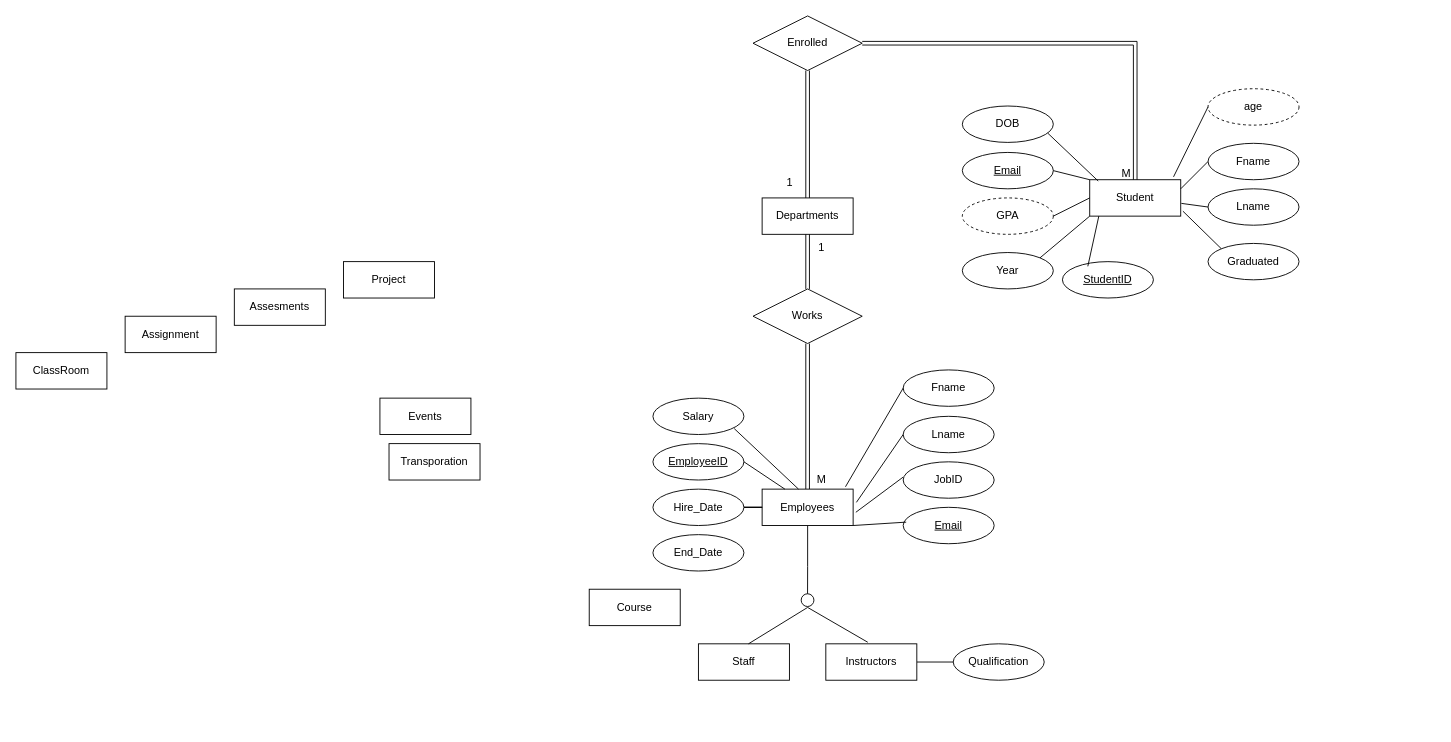
Above: FacultyERD.drawio in seiffmohamedd/University_DBMS (draw.io), before the change. Source tidied: cells renumbered, new cells numbered last; positions are measured from the earlier drawing's top-left corner, leaving out a move shared by most shapes. Both pictures are drawn from the tidied source at 91%, with x=0, y=0 at pixel (15, 15).
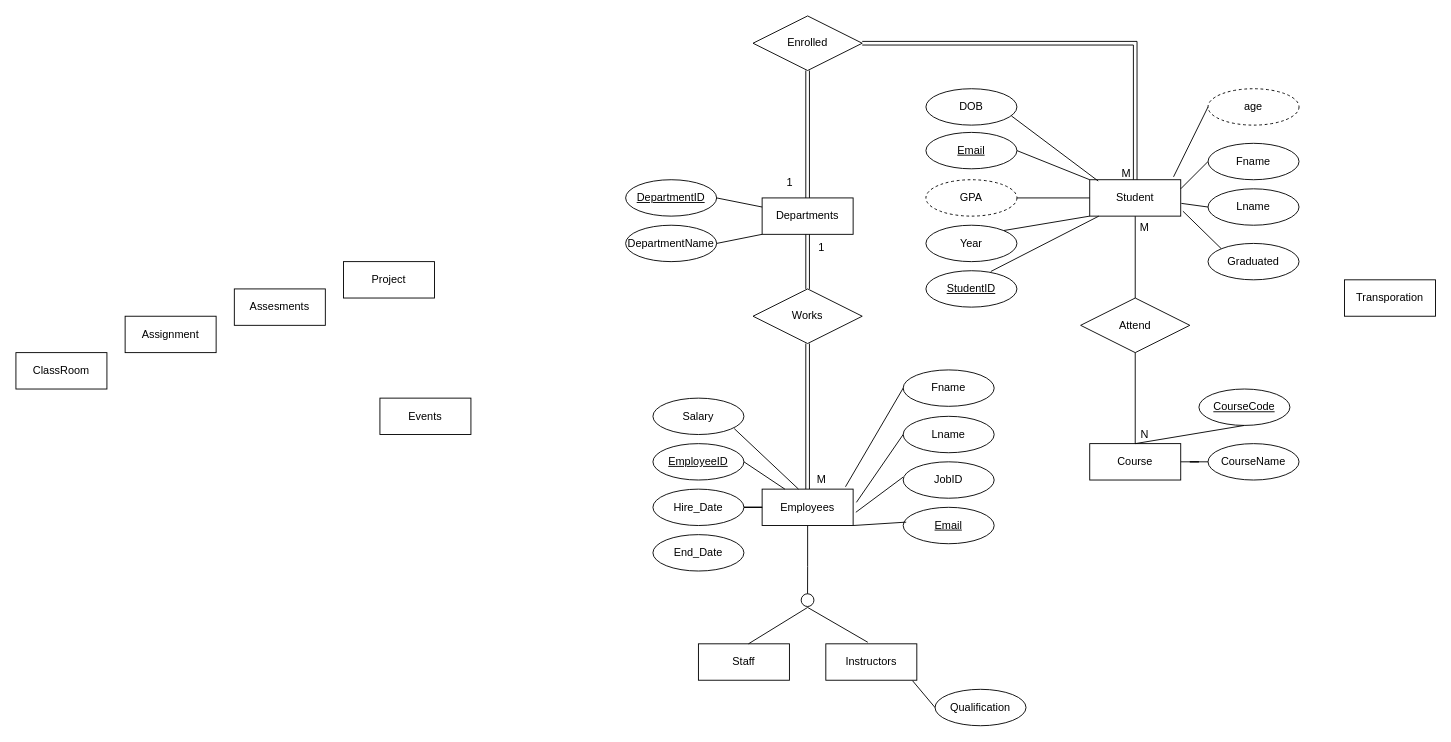
After the change.

Commit message (it also covers changes not shown here):
ERD , Documentation In progress

Unchanged cells that the change refers to:
```xml
<mxCell id="5" value="Student" style="whiteSpace=wrap;html=1;align=center;" parent="1" vertex="1">
  <mxGeometry x="1180" y="180" width="100" height="40" as="geometry" />
</mxCell>
<mxCell id="13" value="Departments" style="whiteSpace=wrap;html=1;align=center;" parent="1" vertex="1">
  <mxGeometry x="820" y="200" width="100" height="40" as="geometry" />
</mxCell>
<mxCell id="54" value="Instructors" style="whiteSpace=wrap;html=1;align=center;" parent="1" vertex="1">
  <mxGeometry x="890" y="690" width="100" height="40" as="geometry" />
</mxCell>
```

What changed in the source:
```diff
@@
+    <mxCell id="62" style="edgeStyle=orthogonalEdgeStyle;rounded=0;jettySize=auto;html=1;exitX=0.5;exitY=1;exitDx=0;exitDy=0;entryX=0.5;entryY=0;entryDx=0;entryDy=0;endArrow=none;endFill=0;" parent="1" edge="1" source="5" target="68">
+      <mxGeometry relative="1" as="geometry" />
+    </mxCell>
@@
     <mxCell id="11" value="Transporation" style="whiteSpace=wrap;html=1;align=center;" parent="1" vertex="1">
-      <mxGeometry x="410" y="470" width="100" height="40" as="geometry" />
+      <mxGeometry x="1460" y="290" width="100" height="40" as="geometry" />
     </mxCell>
     <mxCell id="12" value="Course" style="whiteSpace=wrap;html=1;align=center;" parent="1" vertex="1">
-      <mxGeometry x="630" y="630" width="100" height="40" as="geometry" />
+      <mxGeometry x="1180" y="470" width="100" height="40" as="geometry" />
     </mxCell>
@@
     <mxCell id="24" value="Year" style="ellipse;whiteSpace=wrap;html=1;align=center;" parent="1" vertex="1">
-      <mxGeometry x="1040" y="260" width="100" height="40" as="geometry" />
+      <mxGeometry x="1000" y="230" width="100" height="40" as="geometry" />
     </mxCell>
@@
     <mxCell id="26" value="GPA" style="ellipse;whiteSpace=wrap;html=1;align=center;dashed=1;" parent="1" vertex="1">
-      <mxGeometry x="1040" y="200" width="100" height="40" as="geometry" />
+      <mxGeometry x="1000" y="180" width="100" height="40" as="geometry" />
     </mxCell>
@@
     <mxCell id="39" value="StudentID" style="ellipse;whiteSpace=wrap;html=1;align=center;fontStyle=4;" parent="1" vertex="1">
-      <mxGeometry x="1150" y="270" width="100" height="40" as="geometry" />
+      <mxGeometry x="1000" y="280" width="100" height="40" as="geometry" />
     </mxCell>
     <mxCell id="40" value="Email" style="ellipse;whiteSpace=wrap;html=1;align=center;fontStyle=4;" parent="1" vertex="1">
-      <mxGeometry x="1040" y="150" width="100" height="40" as="geometry" />
+      <mxGeometry x="1000" y="128" width="100" height="40" as="geometry" />
     </mxCell>
@@
-    <mxCell id="43" style="endArrow=none;html=1;rounded=0;exitX=0.1;exitY=1;exitDx=0;exitDy=0;exitPerimeter=0;entryX=0.279;entryY=0.129;entryDx=0;entryDy=0;entryPerimeter=0;" parent="1" edge="1" source="5" target="39">
+    <mxCell id="43" style="endArrow=none;html=1;rounded=0;exitX=0.1;exitY=1;exitDx=0;exitDy=0;exitPerimeter=0;entryX=0.713;entryY=0.021;entryDx=0;entryDy=0;entryPerimeter=0;" parent="1" edge="1" source="5" target="39">
       <mxGeometry relative="1" as="geometry" />
     </mxCell>
     <mxCell id="44" value="DOB" style="ellipse;whiteSpace=wrap;html=1;align=center;" parent="1" vertex="1">
-      <mxGeometry x="1040" y="99" width="100" height="40" as="geometry" />
+      <mxGeometry x="1000" y="80" width="100" height="40" as="geometry" />
     </mxCell>
@@
-    <mxCell id="53" style="edgeStyle=orthogonalEdgeStyle;rounded=0;jettySize=auto;html=1;exitX=1;exitY=0.5;exitDx=0;exitDy=0;entryX=0;entryY=0.5;entryDx=0;entryDy=0;endArrow=none;endFill=0;" parent="1" edge="1" source="54" target="58">
-      <mxGeometry relative="1" as="geometry" />
-    </mxCell>
@@
     <mxCell id="58" value="Qualification" style="ellipse;whiteSpace=wrap;html=1;align=center;" parent="1" vertex="1">
-      <mxGeometry x="1030" y="690" width="100" height="40" as="geometry" />
+      <mxGeometry x="1010" y="740" width="100" height="40" as="geometry" />
     </mxCell>
@@
+    <mxCell id="63" value="CourseCode" style="ellipse;whiteSpace=wrap;html=1;align=center;fontStyle=4;" parent="1" vertex="1">
+      <mxGeometry x="1300" y="410" width="100" height="40" as="geometry" />
+    </mxCell>
+    <mxCell id="64" style="endArrow=none;html=1;rounded=0;exitX=0.5;exitY=1;exitDx=0;exitDy=0;entryX=0.5;entryY=0;entryDx=0;entryDy=0;" parent="1" edge="1" source="63" target="12">
+      <mxGeometry relative="1" as="geometry" />
+    </mxCell>
+    <mxCell id="65" style="edgeStyle=orthogonalEdgeStyle;rounded=0;jettySize=auto;html=1;entryX=1;entryY=0.5;entryDx=0;entryDy=0;endArrow=none;endFill=0;" parent="1" edge="1" source="66" target="12">
+      <mxGeometry relative="1" as="geometry" />
+    </mxCell>
+    <mxCell id="66" value="CourseName" style="ellipse;whiteSpace=wrap;html=1;align=center;" parent="1" vertex="1">
+      <mxGeometry x="1310" y="470" width="100" height="40" as="geometry" />
+    </mxCell>
+    <mxCell id="67" style="edgeStyle=orthogonalEdgeStyle;rounded=0;jettySize=auto;html=1;entryX=0.5;entryY=0;entryDx=0;entryDy=0;endArrow=none;endFill=0;" parent="1" edge="1" source="68" target="12">
+      <mxGeometry relative="1" as="geometry" />
+    </mxCell>
+    <mxCell id="68" value="Attend" style="shape=rhombus;perimeter=rhombusPerimeter;whiteSpace=wrap;html=1;align=center;" parent="1" vertex="1">
+      <mxGeometry x="1170" y="310" width="120" height="60" as="geometry" />
+    </mxCell>
+    <mxCell id="69" value="M" style="text;html=1;align=center;verticalAlign=middle;strokeColor=none;fillColor=none;" parent="1" vertex="1">
+      <mxGeometry x="1225" y="218" width="30" height="30" as="geometry" />
+    </mxCell>
+    <mxCell id="70" value="N" style="text;html=1;align=center;verticalAlign=middle;strokeColor=none;fillColor=none;" parent="1" vertex="1">
+      <mxGeometry x="1225" y="445" width="30" height="30" as="geometry" />
+    </mxCell>
+    <mxCell id="53" style="endArrow=none;html=1;rounded=0;exitX=0.953;exitY=1.014;exitDx=0;exitDy=0;exitPerimeter=0;entryX=0;entryY=0.5;entryDx=0;entryDy=0;" parent="1" edge="1" source="54" target="58">
+      <mxGeometry relative="1" as="geometry" />
+    </mxCell>
+    <mxCell id="71" value="DepartmentID" style="ellipse;whiteSpace=wrap;html=1;align=center;fontStyle=4;" parent="1" vertex="1">
+      <mxGeometry x="670" y="180" width="100" height="40" as="geometry" />
+    </mxCell>
+    <mxCell id="72" value="DepartmentName" style="ellipse;whiteSpace=wrap;html=1;align=center;" parent="1" vertex="1">
+      <mxGeometry x="670" y="230" width="100" height="40" as="geometry" />
+    </mxCell>
+    <mxCell id="73" style="endArrow=none;html=1;rounded=0;exitX=1;exitY=0.5;exitDx=0;exitDy=0;entryX=0;entryY=0.25;entryDx=0;entryDy=0;" parent="1" edge="1" source="71" target="13">
+      <mxGeometry relative="1" as="geometry" />
+    </mxCell>
+    <mxCell id="74" style="endArrow=none;html=1;rounded=0;exitX=1;exitY=0.5;exitDx=0;exitDy=0;entryX=0;entryY=1;entryDx=0;entryDy=0;" parent="1" edge="1" source="72" target="13">
+      <mxGeometry relative="1" as="geometry" />
+    </mxCell>
```
